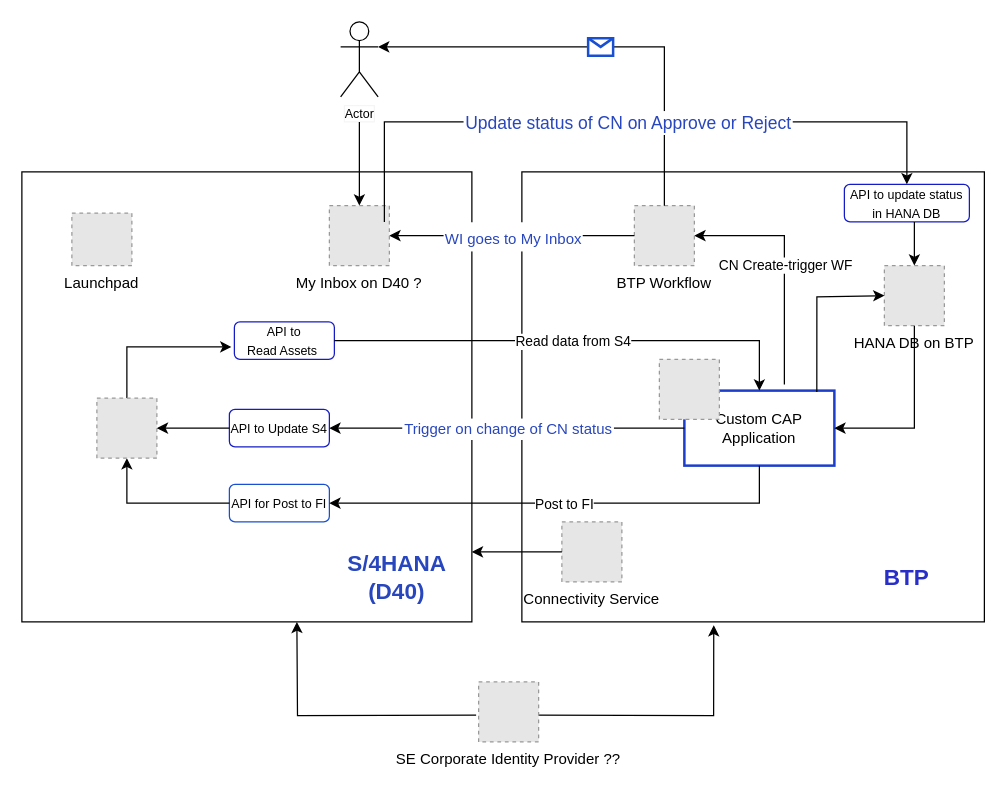
Above: BTP Architecture.drawio in sundeepsethi/sundeep (draw.io), before the change. Source tidied: cells renumbered, new cells numbered last; positions are measured from the earlier drawing's top-left corner, leaving out a move shared by most shapes. Both pictures are drawn from the tidied source at 125%, with x=0, y=0 at pixel (21, 21). Pictures stored in the file or linked from it are replaced by grey dashed boxes.
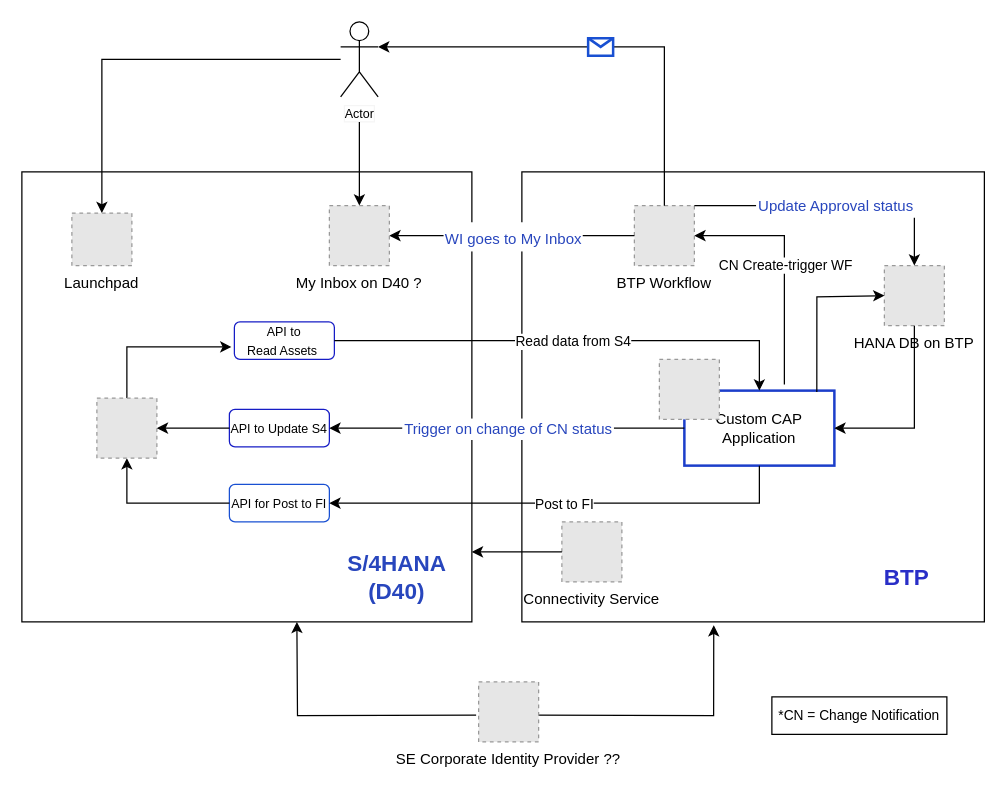
The same page after the edit.

The change refers to these unchanged cells:
```xml
<mxCell id="10" value="Actor" style="shape=umlActor;verticalLabelPosition=bottom;verticalAlign=top;html=1;outlineConnect=0;labelBackgroundColor=default;labelBorderColor=#F5F5F5;fontSize=10;fontColor=default;" parent="1" vertex="1">
  <mxGeometry x="255" width="30" height="60" as="geometry" />
</mxCell>
<mxCell id="11" value="Launchpad" style="fillColor=#E6E6E6;strokeColor=#999999;dashed=1;verticalLabelPosition=bottom;verticalAlign=top;" parent="1" vertex="1">
  <mxGeometry x="40" y="153" width="48" height="42" as="geometry" />
</mxCell>
<mxCell id="14" value="BTP Workflow" style="fillColor=#E6E6E6;strokeColor=#999999;dashed=1;verticalLabelPosition=bottom;verticalAlign=top;" parent="1" vertex="1">
  <mxGeometry x="490" y="147" width="48" height="48" as="geometry" />
</mxCell>
<mxCell id="20" value="HANA DB on BTP" style="fillColor=#E6E6E6;strokeColor=#999999;dashed=1;verticalLabelPosition=bottom;verticalAlign=top;" parent="1" vertex="1">
  <mxGeometry x="690" y="195" width="48" height="48" as="geometry" />
</mxCell>
```

What changed in the source:
```diff
@@
-    <mxCell id="31" style="endArrow=classic;html=1;rounded=0;fontSize=18;fontColor=#2846bd;exitX=0.5;exitY=0;exitDx=0;exitDy=0;entryX=1;entryY=0.3333333333333333;entryDx=0;entryDy=0;entryPerimeter=0;" parent="1" edge="1" source="14" target="10">
+    <mxCell id="31" style="endArrow=classic;html=1;rounded=0;fontSize=18;fontColor=#2846bd;entryX=1;entryY=0.3333333333333333;entryDx=0;entryDy=0;entryPerimeter=0;exitX=0.5;exitY=0;exitDx=0;exitDy=0;" parent="1" edge="1" source="14" target="10">
       <mxGeometry relative="1" as="geometry">
         <Array as="points">
           <mxPoint x="514" y="20" />
         </Array>
       </mxGeometry>
     </mxCell>
@@
-    <mxCell id="40" value="&lt;span style=&quot;font-size: 10px;&quot;&gt;API to update status in HANA DB&lt;/span&gt;" style="rounded=1;whiteSpace=wrap;html=1;strokeColor=#161cc5;" parent="1" vertex="1">
-      <mxGeometry x="658" y="130" width="100" height="30" as="geometry" />
-    </mxCell>
-    <mxCell id="41" style="endArrow=classic;html=1;rounded=0;fontSize=11;fontColor=#2846bd;" parent="1" edge="1" target="20">
-      <mxGeometry relative="1" as="geometry">
-        <mxPoint x="714" y="160" as="sourcePoint" />
-      </mxGeometry>
-    </mxCell>
-    <mxCell id="42" style="endArrow=classic;html=1;rounded=0;fontSize=11;fontColor=#2846bd;entryX=0.5;entryY=0;entryDx=0;entryDy=0;" parent="1" edge="1" target="40">
+    <mxCell id="42" style="endArrow=classic;html=1;rounded=0;fontSize=11;fontColor=#2846bd;entryX=0.5;entryY=0;entryDx=0;entryDy=0;exitX=1;exitY=0;exitDx=0;exitDy=0;" parent="1" edge="1" source="14" target="20">
       <mxGeometry relative="1" as="geometry">
-        <mxPoint x="290" y="160" as="sourcePoint" />
         <Array as="points">
-          <mxPoint x="290" y="80" />
-          <mxPoint x="708" y="80" />
+          <mxPoint x="714" y="147" />
         </Array>
       </mxGeometry>
     </mxCell>
-    <mxCell id="43" value="&lt;font style=&quot;font-size: 14px;&quot;&gt;Update status of CN on Approve or Reject&lt;/font&gt;" style="edgeLabel;html=1;align=center;verticalAlign=middle;labelBorderColor=#FFFFFF;strokeColor=#1950d2;strokeWidth=2;fontSize=11;fontColor=#2846bd;" parent="42" vertex="1">
+    <mxCell id="43" value="&lt;font style=&quot;font-size: 12px;&quot;&gt;Update Approval status&lt;/font&gt;" style="edgeLabel;html=1;align=center;verticalAlign=middle;labelBorderColor=#FFFFFF;strokeColor=#1950d2;strokeWidth=2;fontSize=11;fontColor=#2846bd;" parent="42" vertex="1">
       <mxGeometry relative="1" as="geometry" />
     </mxCell>
+    <mxCell id="44" style="endArrow=classic;html=1;rounded=0;fontSize=12;entryX=0.5;entryY=0;entryDx=0;entryDy=0;" parent="1" edge="1" source="10" target="11">
+      <mxGeometry relative="1" as="geometry">
+        <Array as="points">
+          <mxPoint x="64" y="30" />
+        </Array>
+      </mxGeometry>
+    </mxCell>
+    <mxCell id="45" value="&lt;font style=&quot;font-size: 11px;&quot;&gt;*CN = Change Notification&lt;/font&gt;" style="rounded=0;whiteSpace=wrap;html=1;fontSize=12;" parent="1" vertex="1">
+      <mxGeometry x="600" y="540" width="140" height="30" as="geometry" />
+    </mxCell>
```
